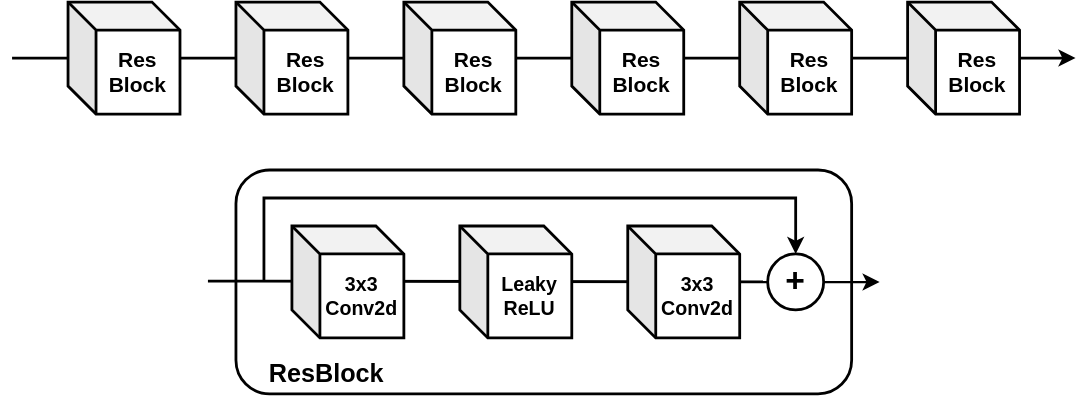
Above: paper 1 - reconst architecture.svg in yyhtbs-yye/xiaonanhe-paper-figures (draw.io), before the change. Source tidied: cells renumbered, new cells last; positions are measured from the earlier drawing's top-left corner, leaving out a move shared by most shapes.
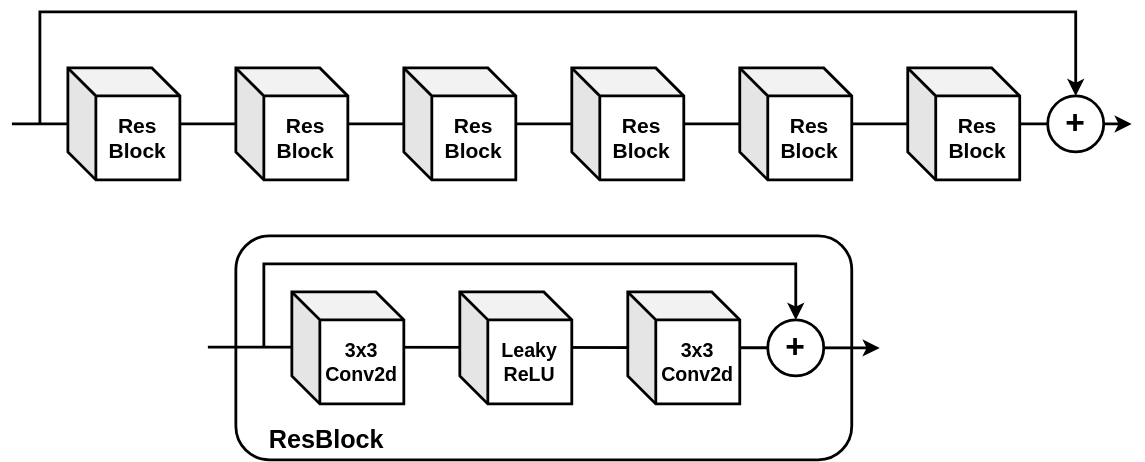
The same file after the commit.

Diff of the diagram source:
```diff
@@ -14,7 +14,7 @@
     <mxCell id="4" style="edgeStyle=orthogonalEdgeStyle;rounded=0;orthogonalLoop=1;jettySize=auto;html=1;strokeWidth=2;" parent="1" edge="1">
       <mxGeometry relative="1" as="geometry">
         <mxPoint y="40" as="sourcePoint" />
-        <mxPoint x="760" y="40" as="targetPoint" />
+        <mxPoint x="800" y="40" as="targetPoint" />
       </mxGeometry>
     </mxCell>
     <mxCell id="5" value="Res&lt;br&gt;Block" style="shape=cube;whiteSpace=wrap;html=1;boundedLbl=1;backgroundOutline=1;darkOpacity=0.05;darkOpacity2=0.1;strokeWidth=2;fontStyle=1;fontSize=15;" parent="1" vertex="1">
@@ -59,5 +59,17 @@
     <mxCell id="16" value="ResBlock" style="text;html=1;strokeColor=none;fillColor=none;align=center;verticalAlign=middle;whiteSpace=wrap;rounded=0;fontSize=18;fontStyle=1;" parent="1" vertex="1">
       <mxGeometry x="170" y="250" width="110" height="31" as="geometry" />
     </mxCell>
+    <mxCell id="17" style="endArrow=classic;html=1;rounded=0;fontSize=14;strokeWidth=2;" parent="1" edge="1" target="18">
+      <mxGeometry relative="1" as="geometry">
+        <mxPoint x="20" y="39.4" as="sourcePoint" />
+        <Array as="points">
+          <mxPoint x="20" y="-40" />
+          <mxPoint x="760" y="-40" />
+        </Array>
+      </mxGeometry>
+    </mxCell>
+    <mxCell id="18" value="+" style="rounded=1;whiteSpace=wrap;html=1;strokeWidth=2;fontSize=24;fontStyle=1;arcSize=50;" parent="1" vertex="1">
+      <mxGeometry x="740" y="20" width="40" height="40" as="geometry" />
+    </mxCell>
   </root>
 </mxGraphModel>
```
